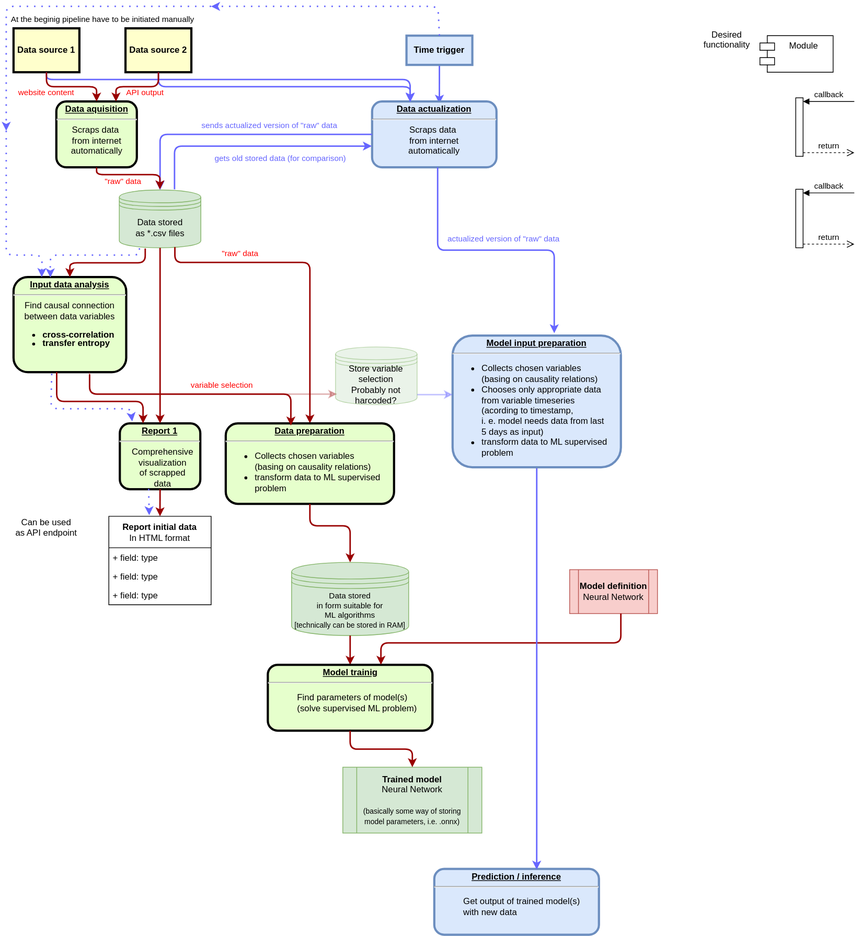
KKobuszewski/aluminium-prediction keeps this draw.io diagram as readme/Kopia Diagram bez tytułu.drawio.svg. Above is the earlier version. Source tidied: cells renumbered, new cells last; positions are measured from the earlier drawing's top-left corner, leaving out a move shared by most shapes.
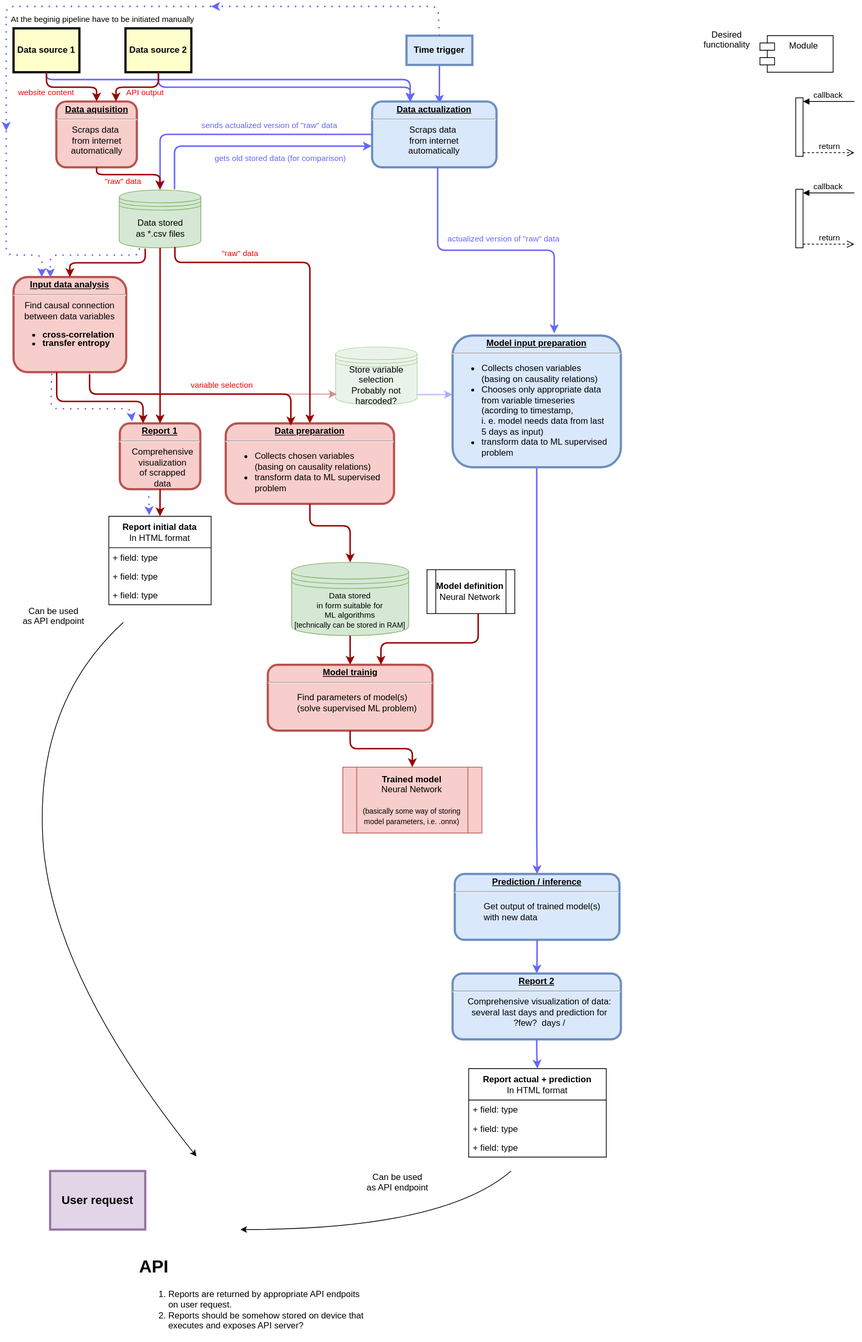
The same diagram one commit later.

The edit, as a diff of the source:
```diff
@@ -2,7 +2,7 @@
   <root>
     <mxCell id="0" />
     <mxCell id="1" parent="0" />
-    <mxCell id="2" value="&lt;p style=&quot;margin: 0px; margin-top: 4px; text-align: center; text-decoration: underline;&quot;&gt;&lt;strong&gt;Data aquisition&lt;br&gt;&lt;/strong&gt;&lt;/p&gt;&lt;hr&gt;&lt;div&gt;&lt;span style=&quot;font-weight: normal;&quot;&gt;Scraps data&amp;nbsp;&lt;/span&gt;&lt;/div&gt;&lt;div&gt;&lt;span style=&quot;font-weight: normal;&quot;&gt;from internet&lt;/span&gt;&lt;/div&gt;&lt;div&gt;&lt;span style=&quot;font-weight: normal;&quot;&gt;automatically&lt;/span&gt;&lt;/div&gt;" style="verticalAlign=middle;align=center;overflow=fill;fontSize=12;fontFamily=Helvetica;html=1;rounded=1;fontStyle=1;strokeWidth=3;fillColor=#E6FFCC;" parent="1" vertex="1">
+    <mxCell id="2" value="&lt;p style=&quot;margin: 0px; margin-top: 4px; text-align: center; text-decoration: underline;&quot;&gt;&lt;strong&gt;Data aquisition&lt;br&gt;&lt;/strong&gt;&lt;/p&gt;&lt;hr&gt;&lt;div&gt;&lt;span style=&quot;font-weight: normal;&quot;&gt;Scraps data&amp;nbsp;&lt;/span&gt;&lt;/div&gt;&lt;div&gt;&lt;span style=&quot;font-weight: normal;&quot;&gt;from internet&lt;/span&gt;&lt;/div&gt;&lt;div&gt;&lt;span style=&quot;font-weight: normal;&quot;&gt;automatically&lt;/span&gt;&lt;/div&gt;" style="verticalAlign=middle;align=center;overflow=fill;fontSize=12;fontFamily=Helvetica;html=1;rounded=1;fontStyle=1;strokeWidth=3;fillColor=#f8cecc;strokeColor=#b85450;" parent="1" vertex="1">
       <mxGeometry x="68.5" y="130" width="110" height="90" as="geometry" />
     </mxCell>
     <mxCell id="3" value="Data source 2" style="whiteSpace=wrap;align=center;verticalAlign=middle;fontStyle=1;strokeWidth=3;fillColor=#FFFFCC;" parent="1" vertex="1">
@@ -11,7 +11,7 @@
     <mxCell id="4" value="Data source 1" style="whiteSpace=wrap;align=center;verticalAlign=middle;fontStyle=1;strokeWidth=3;fillColor=#FFFFCC;" parent="1" vertex="1">
       <mxGeometry x="10" y="30" width="90" height="60" as="geometry" />
     </mxCell>
-    <mxCell id="5" value="&lt;p style=&quot;margin: 0px; margin-top: 4px; text-align: center; text-decoration: underline;&quot;&gt;&lt;strong&gt;Report 1&lt;br&gt;&lt;/strong&gt;&lt;/p&gt;&lt;hr&gt;&lt;p style=&quot;margin: 0px; margin-left: 8px;&quot;&gt;&lt;span style=&quot;font-weight: normal;&quot;&gt;Comprehensive&lt;/span&gt;&lt;/p&gt;&lt;p style=&quot;margin: 0px; margin-left: 8px;&quot;&gt;&lt;span style=&quot;font-weight: normal;&quot;&gt;visualization&lt;/span&gt;&lt;/p&gt;&lt;p style=&quot;margin: 0px; margin-left: 8px;&quot;&gt;&lt;span style=&quot;font-weight: normal;&quot;&gt;of scrapped&lt;/span&gt;&lt;/p&gt;&lt;p style=&quot;margin: 0px; margin-left: 8px;&quot;&gt;&lt;span style=&quot;font-weight: normal;&quot;&gt;data&lt;/span&gt;&lt;br&gt;&lt;/p&gt;" style="verticalAlign=middle;align=center;overflow=fill;fontSize=12;fontFamily=Helvetica;html=1;rounded=1;fontStyle=1;strokeWidth=3;fillColor=#E6FFCC;" parent="1" vertex="1">
+    <mxCell id="5" value="&lt;p style=&quot;margin: 0px; margin-top: 4px; text-align: center; text-decoration: underline;&quot;&gt;&lt;strong&gt;Report 1&lt;br&gt;&lt;/strong&gt;&lt;/p&gt;&lt;hr&gt;&lt;p style=&quot;margin: 0px; margin-left: 8px;&quot;&gt;&lt;span style=&quot;font-weight: normal;&quot;&gt;Comprehensive&lt;/span&gt;&lt;/p&gt;&lt;p style=&quot;margin: 0px; margin-left: 8px;&quot;&gt;&lt;span style=&quot;font-weight: normal;&quot;&gt;visualization&lt;/span&gt;&lt;/p&gt;&lt;p style=&quot;margin: 0px; margin-left: 8px;&quot;&gt;&lt;span style=&quot;font-weight: normal;&quot;&gt;of scrapped&lt;/span&gt;&lt;/p&gt;&lt;p style=&quot;margin: 0px; margin-left: 8px;&quot;&gt;&lt;span style=&quot;font-weight: normal;&quot;&gt;data&lt;/span&gt;&lt;br&gt;&lt;/p&gt;" style="verticalAlign=middle;align=center;overflow=fill;fontSize=12;fontFamily=Helvetica;html=1;rounded=1;fontStyle=1;strokeWidth=3;fillColor=#f8cecc;strokeColor=#b85450;" parent="1" vertex="1">
       <mxGeometry x="155.2" y="570" width="110" height="90" as="geometry" />
     </mxCell>
     <mxCell id="6" style="edgeStyle=none;noEdgeStyle=1;strokeColor=#6666FF;strokeWidth=2;entryX=0.541;entryY=0.033;entryDx=0;entryDy=0;entryPerimeter=0;exitX=0.5;exitY=1;exitDx=0;exitDy=0;" parent="1" edge="1" source="48" target="45">
@@ -73,7 +73,7 @@
         </Array>
       </mxGeometry>
     </mxCell>
-    <mxCell id="21" value="&lt;p style=&quot;margin: 0px; margin-top: 4px; text-align: center; text-decoration: underline;&quot;&gt;&lt;strong&gt;Data preparation&lt;br&gt;&lt;/strong&gt;&lt;/p&gt;&lt;hr&gt;&lt;div align=&quot;left&quot;&gt;&lt;ul&gt;&lt;li&gt;&lt;span style=&quot;font-weight: normal;&quot;&gt;Collects chosen variables&lt;br&gt;(basing on causality relations)&lt;/span&gt;&lt;/li&gt;&lt;li&gt;&lt;span style=&quot;font-weight: normal;&quot;&gt;transform data to ML supervised&lt;br&gt;problem&lt;br&gt;&lt;/span&gt;&lt;/li&gt;&lt;/ul&gt;&lt;/div&gt;&lt;div&gt;&lt;span style=&quot;font-weight: normal;&quot;&gt;&lt;br&gt;&lt;/span&gt; &lt;/div&gt;" style="verticalAlign=middle;align=center;overflow=fill;fontSize=12;fontFamily=Helvetica;html=1;rounded=1;fontStyle=1;strokeWidth=3;fillColor=#E6FFCC;" parent="1" vertex="1">
+    <mxCell id="21" value="&lt;p style=&quot;margin: 0px; margin-top: 4px; text-align: center; text-decoration: underline;&quot;&gt;&lt;strong&gt;Data preparation&lt;br&gt;&lt;/strong&gt;&lt;/p&gt;&lt;hr&gt;&lt;div align=&quot;left&quot;&gt;&lt;ul&gt;&lt;li&gt;&lt;span style=&quot;font-weight: normal;&quot;&gt;Collects chosen variables&lt;br&gt;(basing on causality relations)&lt;/span&gt;&lt;/li&gt;&lt;li&gt;&lt;span style=&quot;font-weight: normal;&quot;&gt;transform data to ML supervised&lt;br&gt;problem&lt;br&gt;&lt;/span&gt;&lt;/li&gt;&lt;/ul&gt;&lt;/div&gt;&lt;div&gt;&lt;span style=&quot;font-weight: normal;&quot;&gt;&lt;br&gt;&lt;/span&gt; &lt;/div&gt;" style="verticalAlign=middle;align=center;overflow=fill;fontSize=12;fontFamily=Helvetica;html=1;rounded=1;fontStyle=1;strokeWidth=3;fillColor=#f8cecc;strokeColor=#b85450;" parent="1" vertex="1">
       <mxGeometry x="300" y="570" width="230" height="110" as="geometry" />
     </mxCell>
     <mxCell id="22" value="&lt;div style=&quot;font-size: 11px;&quot;&gt;&lt;font style=&quot;font-size: 11px;&quot;&gt;Data stored&lt;/font&gt;&lt;/div&gt;&lt;div style=&quot;font-size: 11px;&quot;&gt;&lt;font style=&quot;font-size: 11px;&quot;&gt;in form suitable for&lt;br&gt;&lt;/font&gt;&lt;/div&gt;&lt;div style=&quot;font-size: 11px;&quot;&gt;&lt;font style=&quot;font-size: 11px;&quot;&gt;ML algorithms&lt;/font&gt;&lt;/div&gt;&lt;div&gt;&lt;font style=&quot;font-size: 10px;&quot;&gt;[technically can be stored in RAM]&lt;/font&gt;&lt;br&gt;&lt;/div&gt;" style="shape=datastore;whiteSpace=wrap;html=1;fillColor=#d5e8d4;strokeColor=#82b366;" parent="1" vertex="1">
@@ -99,7 +99,7 @@
         <mxPoint x="1159" y="325" as="targetPoint" />
       </mxGeometry>
     </mxCell>
-    <mxCell id="27" value="&lt;p style=&quot;margin: 0px; margin-top: 4px; text-align: center; text-decoration: underline;&quot;&gt;&lt;strong&gt;Input data analysis&lt;br&gt;&lt;/strong&gt;&lt;/p&gt;&lt;hr&gt;&lt;div&gt;&lt;span style=&quot;font-weight: normal;&quot;&gt;Find causal connection&lt;/span&gt;&lt;/div&gt;&lt;div&gt;&lt;span style=&quot;font-weight: normal;&quot;&gt;between data variables&lt;/span&gt;&lt;/div&gt;&lt;div style=&quot;line-height: 100%;&quot; align=&quot;left&quot;&gt;&lt;ul style=&quot;line-height: 100%;&quot;&gt;&lt;li&gt;cross-correlation&lt;br&gt;&lt;/li&gt;&lt;li&gt;transfer entropy&lt;br&gt;&lt;/li&gt;&lt;/ul&gt;&lt;/div&gt;" style="verticalAlign=middle;align=center;overflow=fill;fontSize=12;fontFamily=Helvetica;html=1;rounded=1;fontStyle=1;strokeWidth=3;fillColor=#E6FFCC;" parent="1" vertex="1">
+    <mxCell id="27" value="&lt;p style=&quot;margin: 0px; margin-top: 4px; text-align: center; text-decoration: underline;&quot;&gt;&lt;strong&gt;Input data analysis&lt;br&gt;&lt;/strong&gt;&lt;/p&gt;&lt;hr&gt;&lt;div&gt;&lt;span style=&quot;font-weight: normal;&quot;&gt;Find causal connection&lt;/span&gt;&lt;/div&gt;&lt;div&gt;&lt;span style=&quot;font-weight: normal;&quot;&gt;between data variables&lt;/span&gt;&lt;/div&gt;&lt;div style=&quot;line-height: 100%;&quot; align=&quot;left&quot;&gt;&lt;ul style=&quot;line-height: 100%;&quot;&gt;&lt;li&gt;cross-correlation&lt;br&gt;&lt;/li&gt;&lt;li&gt;transfer entropy&lt;br&gt;&lt;/li&gt;&lt;/ul&gt;&lt;/div&gt;" style="verticalAlign=middle;align=center;overflow=fill;fontSize=12;fontFamily=Helvetica;html=1;rounded=1;fontStyle=1;strokeWidth=3;fillColor=#f8cecc;strokeColor=#b85450;" parent="1" vertex="1">
       <mxGeometry x="10" y="370" width="154" height="130" as="geometry" />
     </mxCell>
     <mxCell id="28" style="edgeStyle=elbowEdgeStyle;elbow=vertical;strokeColor=#990000;strokeWidth=2;exitX=0.318;exitY=1.013;exitDx=0;exitDy=0;exitPerimeter=0;entryX=0.5;entryY=0;entryDx=0;entryDy=0;" parent="1" edge="1" source="13" target="27">
@@ -121,7 +121,7 @@
       </mxGeometry>
     </mxCell>
     <mxCell id="31" value="Can be used&#10;as API endpoint&#10;" style="text;spacingTop=-5;align=center;" parent="1" vertex="1">
-      <mxGeometry x="40" y="697" width="30" height="20" as="geometry" />
+      <mxGeometry y="818" width="130" height="35" as="geometry" />
     </mxCell>
     <mxCell id="32" style="edgeStyle=elbowEdgeStyle;elbow=vertical;strokeColor=#990000;strokeWidth=2;entryX=0.5;entryY=0;entryDx=0;entryDy=0;exitX=0.5;exitY=1;exitDx=0;exitDy=0;" parent="1" edge="1" source="22" target="33">
       <mxGeometry relative="1" as="geometry">
@@ -130,11 +130,11 @@
         </Array>
       </mxGeometry>
     </mxCell>
-    <mxCell id="33" value="&lt;p style=&quot;margin: 0px; margin-top: 4px; text-align: center; text-decoration: underline;&quot;&gt;&lt;strong&gt;Model trainig&lt;br&gt;&lt;/strong&gt;&lt;/p&gt;&lt;hr&gt;&lt;blockquote&gt;&lt;div align=&quot;left&quot;&gt;&lt;span style=&quot;font-weight: normal;&quot;&gt;Find parameters of model(s)&amp;nbsp;&lt;/span&gt;&lt;/div&gt;&lt;div align=&quot;left&quot;&gt;&lt;span style=&quot;font-weight: normal;&quot;&gt;(solve supervised ML problem)&lt;br&gt;&lt;/span&gt;&lt;/div&gt;&lt;/blockquote&gt;" style="verticalAlign=middle;align=center;overflow=fill;fontSize=12;fontFamily=Helvetica;html=1;rounded=1;fontStyle=1;strokeWidth=3;fillColor=#E6FFCC;" parent="1" vertex="1">
+    <mxCell id="33" value="&lt;p style=&quot;margin: 0px; margin-top: 4px; text-align: center; text-decoration: underline;&quot;&gt;&lt;strong&gt;Model trainig&lt;br&gt;&lt;/strong&gt;&lt;/p&gt;&lt;hr&gt;&lt;blockquote&gt;&lt;div align=&quot;left&quot;&gt;&lt;span style=&quot;font-weight: normal;&quot;&gt;Find parameters of model(s)&amp;nbsp;&lt;/span&gt;&lt;/div&gt;&lt;div align=&quot;left&quot;&gt;&lt;span style=&quot;font-weight: normal;&quot;&gt;(solve supervised ML problem)&lt;br&gt;&lt;/span&gt;&lt;/div&gt;&lt;/blockquote&gt;" style="verticalAlign=middle;align=center;overflow=fill;fontSize=12;fontFamily=Helvetica;html=1;rounded=1;fontStyle=1;strokeWidth=3;fillColor=#f8cecc;strokeColor=#b85450;" parent="1" vertex="1">
       <mxGeometry x="357.5" y="900" width="225" height="90" as="geometry" />
     </mxCell>
-    <mxCell id="34" value="&lt;div&gt;&lt;b&gt;Model definition&lt;/b&gt;&lt;br&gt;&lt;/div&gt;&lt;div&gt;Neural Network&lt;/div&gt;" style="shape=process;whiteSpace=wrap;html=1;backgroundOutline=1;fillColor=#f8cecc;strokeColor=#b85450;" parent="1" vertex="1">
-      <mxGeometry x="770" y="770" width="120" height="60" as="geometry" />
+    <mxCell id="34" value="&lt;div&gt;&lt;b&gt;Model definition&lt;/b&gt;&lt;br&gt;&lt;/div&gt;&lt;div&gt;Neural Network&lt;/div&gt;" style="shape=process;whiteSpace=wrap;html=1;backgroundOutline=1;" parent="1" vertex="1">
+      <mxGeometry x="575" y="770" width="120" height="60" as="geometry" />
     </mxCell>
     <mxCell id="35" style="edgeStyle=elbowEdgeStyle;elbow=vertical;strokeColor=#990000;strokeWidth=2;entryX=0.687;entryY=0;entryDx=0;entryDy=0;entryPerimeter=0;exitX=0.583;exitY=1;exitDx=0;exitDy=0;exitPerimeter=0;" parent="1" edge="1" source="34" target="33">
       <mxGeometry relative="1" as="geometry">
@@ -158,16 +158,16 @@
     <mxCell id="40" value="API output" style="text;spacingTop=-5;align=center;fontSize=11;fontColor=#FF0000;" parent="1" vertex="1">
       <mxGeometry x="150" y="110" width="80" height="20" as="geometry" />
     </mxCell>
-    <mxCell id="41" value="&lt;div&gt;&lt;b&gt;Trained model&lt;/b&gt;&lt;br&gt;&lt;/div&gt;&lt;div&gt;Neural Network&lt;/div&gt;&lt;div&gt;&lt;br&gt;&lt;/div&gt;&lt;div&gt;&lt;font style=&quot;font-size: 10px;&quot;&gt;(basically some way of storing model parameters, i.e. .onnx)&lt;/font&gt;&lt;br&gt;&lt;/div&gt;" style="shape=process;whiteSpace=wrap;html=1;backgroundOutline=1;fillColor=#d5e8d4;strokeColor=#82b366;" parent="1" vertex="1">
+    <mxCell id="41" value="&lt;div&gt;&lt;b&gt;Trained model&lt;/b&gt;&lt;br&gt;&lt;/div&gt;&lt;div&gt;Neural Network&lt;/div&gt;&lt;div&gt;&lt;br&gt;&lt;/div&gt;&lt;div&gt;&lt;font style=&quot;font-size: 10px;&quot;&gt;(basically some way of storing model parameters, i.e. .onnx)&lt;/font&gt;&lt;br&gt;&lt;/div&gt;" style="shape=process;whiteSpace=wrap;html=1;backgroundOutline=1;fillColor=#f8cecc;strokeColor=#b85450;" parent="1" vertex="1">
       <mxGeometry x="460" y="1040" width="190" height="90" as="geometry" />
     </mxCell>
     <mxCell id="42" style="edgeStyle=elbowEdgeStyle;elbow=vertical;strokeColor=#990000;strokeWidth=2;entryX=0.5;entryY=0;entryDx=0;entryDy=0;exitX=0.5;exitY=1;exitDx=0;exitDy=0;" parent="1" edge="1" source="33" target="41">
       <mxGeometry relative="1" as="geometry" />
     </mxCell>
     <mxCell id="43" value="&lt;p style=&quot;margin: 0px; margin-top: 4px; text-align: center; text-decoration: underline;&quot;&gt;&lt;strong&gt;Prediction / inference&lt;br&gt;&lt;/strong&gt;&lt;/p&gt;&lt;hr&gt;&lt;blockquote&gt;&lt;div align=&quot;left&quot;&gt;&lt;span style=&quot;font-weight: normal;&quot;&gt;Get output of trained model(s)&lt;/span&gt;&lt;/div&gt;&lt;div align=&quot;left&quot;&gt;&lt;span style=&quot;font-weight: normal;&quot;&gt;with new data&lt;br&gt;&lt;/span&gt;&lt;/div&gt;&lt;/blockquote&gt;" style="verticalAlign=middle;align=center;overflow=fill;fontSize=12;fontFamily=Helvetica;html=1;rounded=1;fontStyle=1;strokeWidth=3;fillColor=#dae8fc;strokeColor=#6c8ebf;" parent="1" vertex="1">
-      <mxGeometry x="585" y="1179" width="225" height="90" as="geometry" />
+      <mxGeometry x="613" y="1186" width="225" height="90" as="geometry" />
     </mxCell>
-    <mxCell id="44" style="edgeStyle=elbowEdgeStyle;elbow=vertical;strokeColor=#6666FF;strokeWidth=2;entryX=0.622;entryY=0.011;entryDx=0;entryDy=0;entryPerimeter=0;exitX=0.5;exitY=1;exitDx=0;exitDy=0;" parent="1" edge="1" source="60" target="43">
+    <mxCell id="44" style="edgeStyle=elbowEdgeStyle;elbow=vertical;strokeColor=#6666FF;strokeWidth=2;exitX=0.5;exitY=1;exitDx=0;exitDy=0;entryX=0.5;entryY=0;entryDx=0;entryDy=0;" parent="1" edge="1" source="60" target="43">
       <mxGeometry relative="1" as="geometry">
         <Array as="points">
           <mxPoint x="710" y="1130" />
@@ -295,5 +295,56 @@
     <mxCell id="67" style="edgeStyle=none;noEdgeStyle=1;strokeColor=#6666FF;strokeWidth=2;entryX=0.001;entryY=0.448;entryDx=0;entryDy=0;entryPerimeter=0;exitX=1.001;exitY=0.825;exitDx=0;exitDy=0;exitPerimeter=0;opacity=40;" parent="1" edge="1" source="63" target="60">
       <mxGeometry relative="1" as="geometry" />
     </mxCell>
+    <mxCell id="68" style="edgeStyle=elbowEdgeStyle;elbow=vertical;strokeColor=#6666FF;strokeWidth=2;exitX=0.5;exitY=1;exitDx=0;exitDy=0;" parent="1" edge="1" source="43">
+      <mxGeometry relative="1" as="geometry">
+        <mxPoint x="725" y="1322" as="targetPoint" />
+      </mxGeometry>
+    </mxCell>
+    <mxCell id="69" value="&lt;p style=&quot;margin: 0px; margin-top: 4px; text-align: center; text-decoration: underline;&quot;&gt;&lt;strong&gt;Report 2&lt;br&gt;&lt;/strong&gt;&lt;/p&gt;&lt;hr&gt;&lt;p style=&quot;margin: 0px; margin-left: 8px;&quot;&gt;&lt;span style=&quot;font-weight: normal;&quot;&gt;Comprehensive visualization of data:&lt;/span&gt;&lt;/p&gt;&lt;p style=&quot;margin: 0px; margin-left: 8px;&quot;&gt;&lt;span style=&quot;font-weight: normal;&quot;&gt;several last days and prediction for&lt;br&gt;?few?&amp;nbsp; days / &lt;br&gt;&lt;/span&gt;&lt;/p&gt;" style="verticalAlign=middle;align=center;overflow=fill;fontSize=12;fontFamily=Helvetica;html=1;rounded=1;fontStyle=1;strokeWidth=3;fillColor=#dae8fc;strokeColor=#6c8ebf;" parent="1" vertex="1">
+      <mxGeometry x="610" y="1322" width="230" height="90" as="geometry" />
+    </mxCell>
+    <mxCell id="70" value="Can be used&#10;as API endpoint&#10;" style="text;spacingTop=-5;align=center;" parent="1" vertex="1">
+      <mxGeometry x="470" y="1592" width="130" height="35" as="geometry" />
+    </mxCell>
+    <mxCell id="71" value="&lt;div&gt;&lt;b&gt;Report actual + prediction&lt;/b&gt;&lt;br&gt;In HTML format&lt;br&gt;&lt;/div&gt;" style="swimlane;fontStyle=0;horizontal=1;startSize=43;fillColor=none;whiteSpace=wrap;html=1;" parent="1" vertex="1">
+      <mxGeometry x="632" y="1452" width="188" height="121" as="geometry" />
+    </mxCell>
+    <mxCell id="72" value="+ field: type" style="text;strokeColor=none;fillColor=none;align=left;verticalAlign=top;spacingLeft=4;spacingRight=4;overflow=hidden;whiteSpace=wrap;html=1;" parent="71" vertex="1">
+      <mxGeometry y="43" width="188" height="26" as="geometry" />
+    </mxCell>
+    <mxCell id="73" value="+ field: type" style="text;strokeColor=none;fillColor=none;align=left;verticalAlign=top;spacingLeft=4;spacingRight=4;overflow=hidden;whiteSpace=wrap;html=1;" parent="71" vertex="1">
+      <mxGeometry y="69" width="188" height="26" as="geometry" />
+    </mxCell>
+    <mxCell id="74" value="+ field: type" style="text;strokeColor=none;fillColor=none;align=left;verticalAlign=top;spacingLeft=4;spacingRight=4;overflow=hidden;whiteSpace=wrap;html=1;" parent="71" vertex="1">
+      <mxGeometry y="95" width="188" height="26" as="geometry" />
+    </mxCell>
+    <mxCell id="75" style="edgeStyle=elbowEdgeStyle;elbow=vertical;strokeColor=#6666FF;strokeWidth=2;exitX=0.5;exitY=1;exitDx=0;exitDy=0;entryX=0.5;entryY=0;entryDx=0;entryDy=0;" parent="1" edge="1" source="69" target="71">
+      <mxGeometry relative="1" as="geometry" />
+    </mxCell>
+    <mxCell id="76" value="User request" style="whiteSpace=wrap;align=center;verticalAlign=middle;fontStyle=1;strokeWidth=3;fillColor=#e1d5e7;strokeColor=#9673a6;fontSize=16;" parent="1" vertex="1">
+      <mxGeometry x="60" y="1592" width="130" height="80" as="geometry" />
+    </mxCell>
+    <mxCell id="77" style="curved=1;endArrow=classic;html=1;rounded=0;" parent="1" edge="1">
+      <mxGeometry relative="1" as="geometry">
+        <mxPoint x="160" y="842" as="sourcePoint" />
+        <mxPoint x="260" y="1572" as="targetPoint" />
+        <Array as="points">
+          <mxPoint x="40" y="952" />
+          <mxPoint x="60" y="1322" />
+        </Array>
+      </mxGeometry>
+    </mxCell>
+    <mxCell id="78" style="curved=1;endArrow=classic;html=1;rounded=0;" parent="1" edge="1">
+      <mxGeometry relative="1" as="geometry">
+        <mxPoint x="690" y="1592" as="sourcePoint" />
+        <mxPoint x="320" y="1672" as="targetPoint" />
+        <Array as="points">
+          <mxPoint x="597" y="1672" />
+        </Array>
+      </mxGeometry>
+    </mxCell>
+    <mxCell id="79" value="&lt;h1 style=&quot;margin-top: 0px;&quot;&gt;API&lt;/h1&gt;&lt;ol&gt;&lt;li&gt;Reports are returned by appropriate API endpoits&lt;br&gt;on user request.&lt;/li&gt;&lt;li&gt;Reports should be somehow stored on device that&lt;br&gt;executes and exposes API server?&lt;/li&gt;&lt;/ol&gt;&lt;div&gt;&lt;br&gt;&lt;br&gt;&lt;/div&gt;" style="text;html=1;whiteSpace=wrap;overflow=hidden;rounded=0;" parent="1" vertex="1">
+      <mxGeometry x="180" y="1702" width="330" height="120" as="geometry" />
+    </mxCell>
   </root>
 </mxGraphModel>
```
